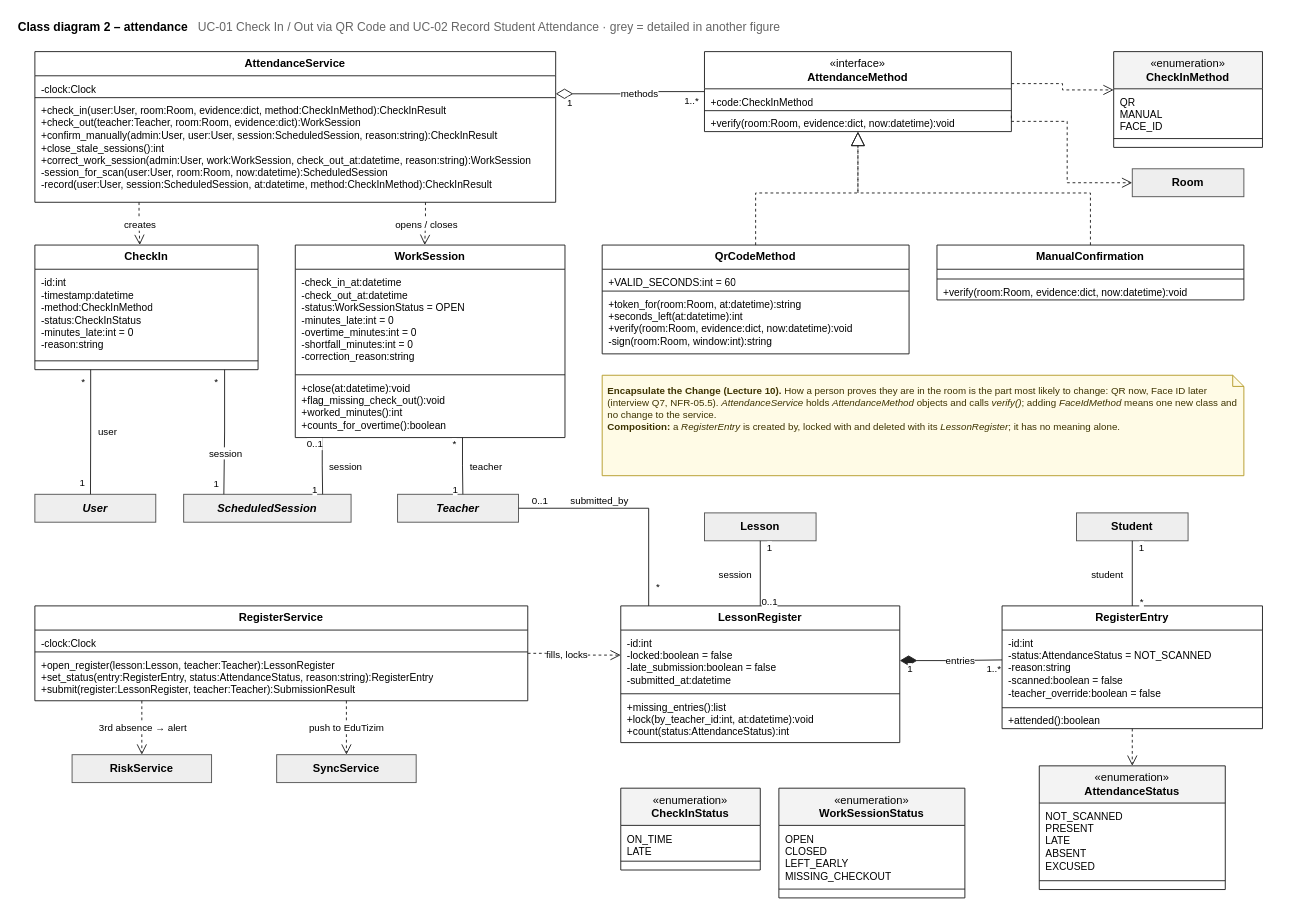
Above: page "B2 Attendance" (3 of 5) of diagrams/nsp-uml-diagrams.drawio in 00019110/SAD_CW2_00019110 (draw.io), before the change. Source tidied: cells renumbered, new cells numbered last; positions are measured from the earlier drawing's top-left corner, leaving out a move shared by most shapes. Both pictures are drawn from the tidied source at 93%, with x=0, y=0 at pixel (16, 16).
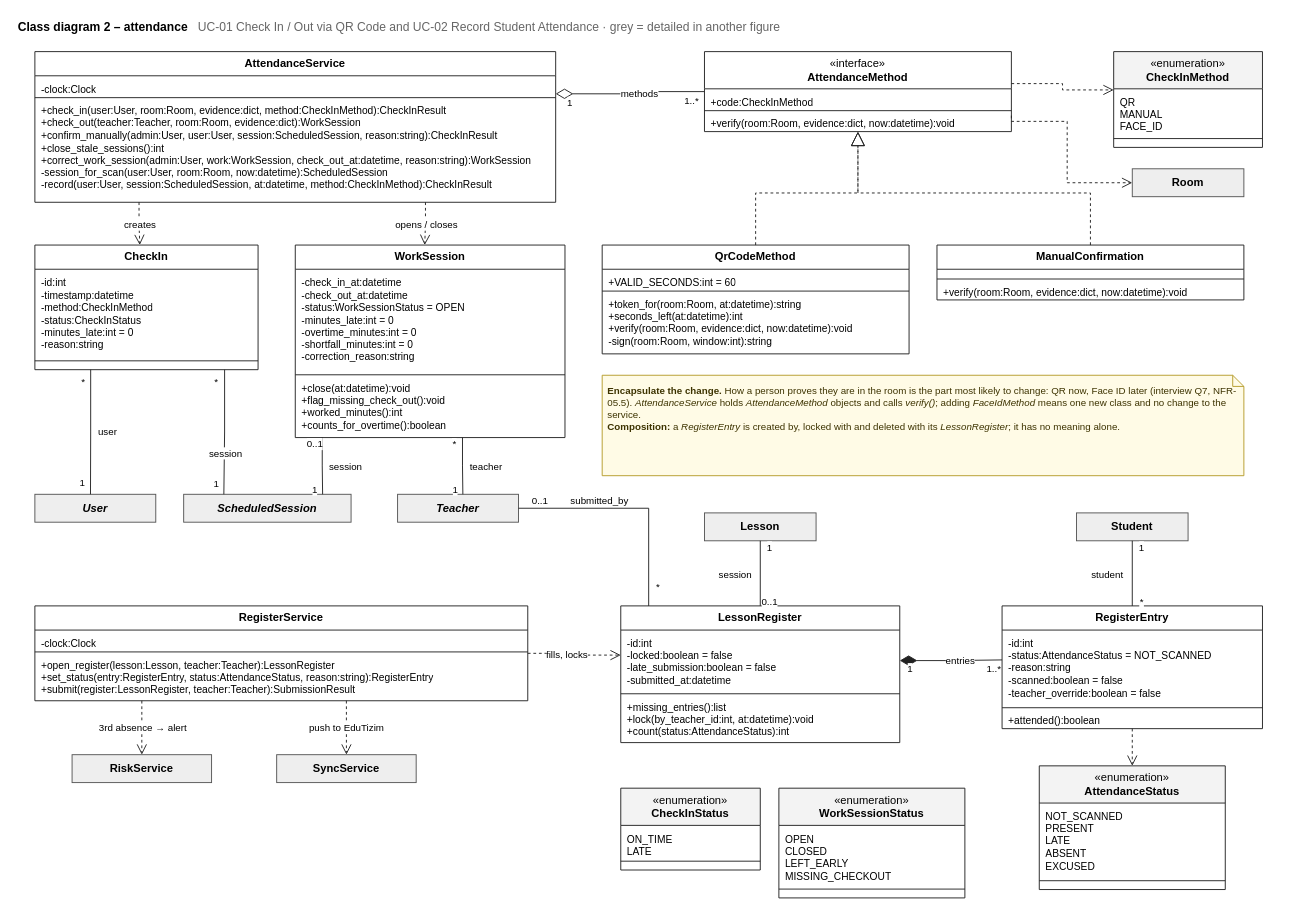
Above is the later version.

Change to the diagram source:
```diff
@@
-    <mxCell id="114" value="&lt;b&gt;Encapsulate the Change (Lecture 10).&lt;/b&gt; How a person proves they are in the room is the part most likely to change: QR now, Face ID later (interview Q7, NFR-05.5). &lt;i&gt;AttendanceService&lt;/i&gt; holds &lt;i&gt;AttendanceMethod&lt;/i&gt; objects and calls &lt;i&gt;verify()&lt;/i&gt;; adding &lt;i&gt;FaceIdMethod&lt;/i&gt; means one new class and no change to the service.&lt;br&gt;&lt;b&gt;Composition:&lt;/b&gt; a &lt;i&gt;RegisterEntry&lt;/i&gt; is created by, locked with and deleted with its &lt;i&gt;LessonRegister&lt;/i&gt;; it has no meaning alone." style="fontFamily=Helvetica;html=1;shape=note;size=12;whiteSpace=wrap;fillColor=#fffbe6;strokeColor=#b59b2b;align=left;verticalAlign=top;spacing=6;fontSize=10.5;fontColor=#3d3300;" parent="1" vertex="1">
+    <mxCell id="114" value="&lt;b&gt;Encapsulate the change.&lt;/b&gt; How a person proves they are in the room is the part most likely to change: QR now, Face ID later (interview Q7, NFR-05.5). &lt;i&gt;AttendanceService&lt;/i&gt; holds &lt;i&gt;AttendanceMethod&lt;/i&gt; objects and calls &lt;i&gt;verify()&lt;/i&gt;; adding &lt;i&gt;FaceIdMethod&lt;/i&gt; means one new class and no change to the service.&lt;br&gt;&lt;b&gt;Composition:&lt;/b&gt; a &lt;i&gt;RegisterEntry&lt;/i&gt; is created by, locked with and deleted with its &lt;i&gt;LessonRegister&lt;/i&gt;; it has no meaning alone." style="fontFamily=Helvetica;html=1;shape=note;size=12;whiteSpace=wrap;fillColor=#fffbe6;strokeColor=#b59b2b;align=left;verticalAlign=top;spacing=6;fontSize=10.5;fontColor=#3d3300;" parent="1" vertex="1">
       <mxGeometry x="630" y="386" width="690" height="108" as="geometry" />
     </mxCell>
```
